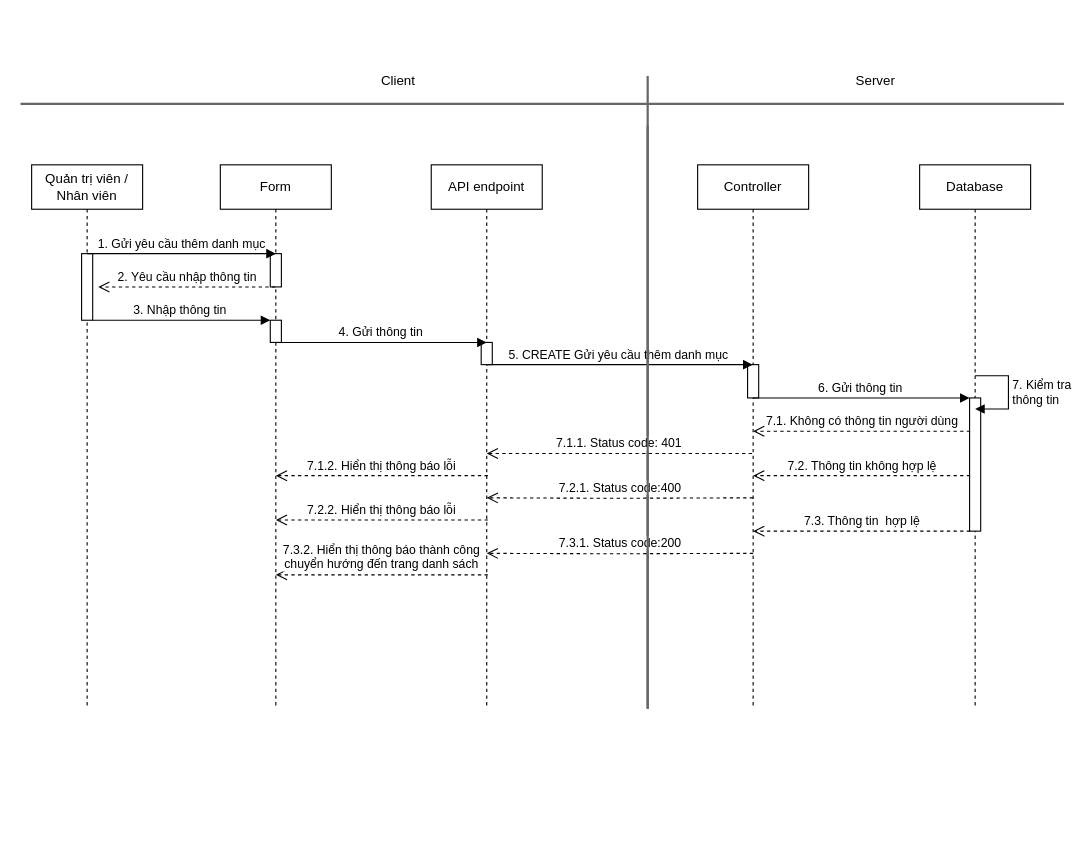
hieuNV0871/da keeps this draw.io diagram as page "Page-1" (1 of 4) of SD/SD_QUANLYDANHMUC.drawio. Above is the earlier version. Source tidied: cells renumbered, new cells numbered last; positions are measured from the earlier drawing's top-left corner, leaving out a move shared by most shapes. Both pictures are drawn from the tidied source at 111%, with x=0, y=0 at pixel (20, 64).
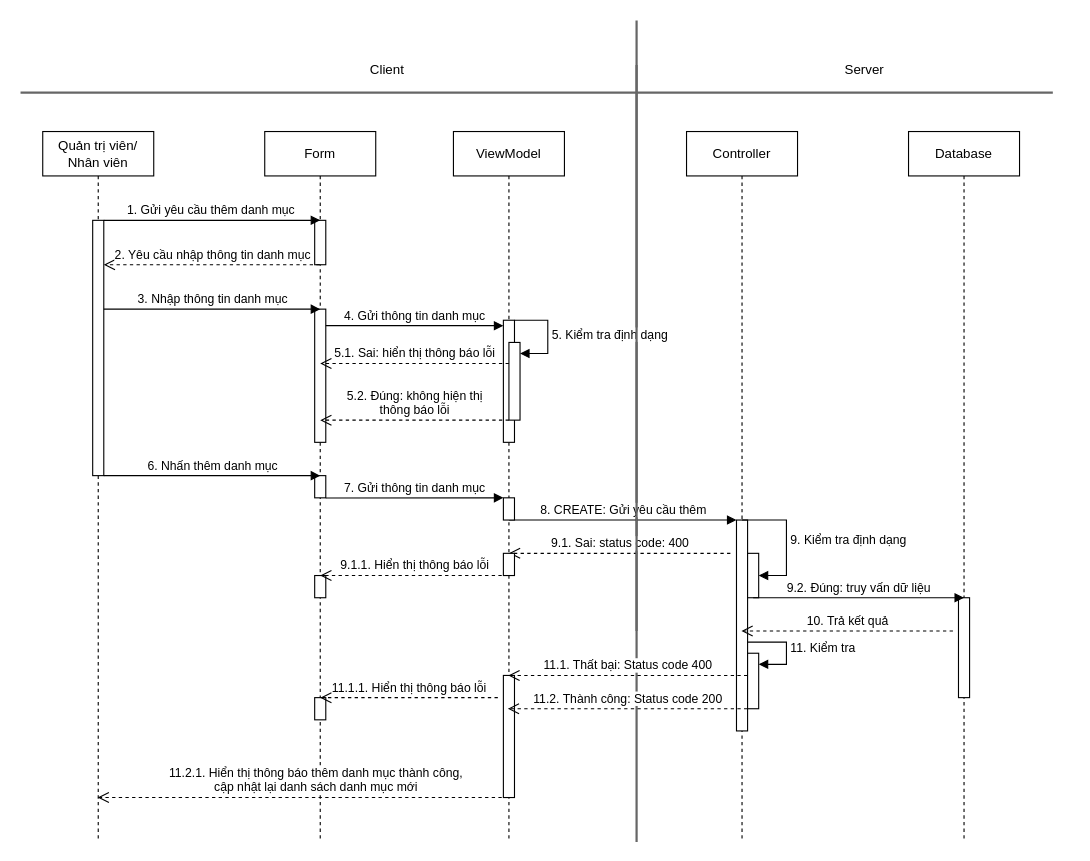
After the change.

Change to the diagram source:
```diff
@@
-    <mxCell id="2" value="Quản trị viên / Nhân viên" style="shape=umlLifeline;perimeter=lifelinePerimeter;whiteSpace=wrap;html=1;newEdgeStyle={&quot;curved&quot;:0,&quot;rounded&quot;:0};" parent="1" vertex="1">
-      <mxGeometry x="10" y="90" width="100" height="490" as="geometry" />
-    </mxCell>
-    <mxCell id="3" style="html=1;points=[[0,0,0,0,5],[0,1,0,0,-5],[1,0,0,0,5],[1,1,0,0,-5]];perimeter=orthogonalPerimeter;outlineConnect=0;targetShapes=umlLifeline;portConstraint=eastwest;newEdgeStyle={&quot;curved&quot;:0,&quot;rounded&quot;:0};" parent="2" vertex="1">
-      <mxGeometry x="45" y="80" width="10" height="60" as="geometry" />
-    </mxCell>
+    <mxCell id="34" style="line;strokeWidth=2;direction=south;html=1;fillColor=#f5f5f5;fontColor=#333333;strokeColor=#666666;" parent="1" vertex="1">
+      <mxGeometry x="550" y="-40" width="10" height="550" as="geometry" />
+    </mxCell>
+    <mxCell id="35" value="Quản trị viên/ Nhân viên" style="shape=umlLifeline;perimeter=lifelinePerimeter;whiteSpace=wrap;html=1;outlineConnect=0;portConstraint=eastwest;newEdgeStyle={&quot;curved&quot;:0,&quot;rounded&quot;:0};" parent="1" vertex="1">
+      <mxGeometry x="20" y="60" width="100" height="640" as="geometry" />
+    </mxCell>
+    <mxCell id="36" style="html=1;points=[[0,0,0,0,5],[0,1,0,0,-5],[1,0,0,0,5],[1,1,0,0,-5]];perimeter=orthogonalPerimeter;outlineConnect=0;targetShapes=umlLifeline;portConstraint=eastwest;newEdgeStyle={&quot;curved&quot;:0,&quot;rounded&quot;:0};" parent="35" vertex="1">
+      <mxGeometry x="45" y="80" width="10" height="230" as="geometry" />
+    </mxCell>
     <mxCell id="4" value="Form" style="shape=umlLifeline;perimeter=lifelinePerimeter;whiteSpace=wrap;html=1;outlineConnect=0;portConstraint=eastwest;newEdgeStyle={&quot;curved&quot;:0,&quot;rounded&quot;:0};" parent="1" vertex="1">
-      <mxGeometry x="180" y="90" width="100" height="490" as="geometry" />
+      <mxGeometry x="220" y="60" width="100" height="640" as="geometry" />
     </mxCell>
-    <mxCell id="5" style="html=1;perimeter=orthogonalPerimeter;targetShapes=umlLifeline;newEdgeStyle={&quot;curved&quot;:0,&quot;rounded&quot;:0};" parent="4" vertex="1">
-      <mxGeometry x="45" y="80" width="10" height="30" as="geometry" />
-    </mxCell>
-    <mxCell id="6" style="html=1;points=[[0,0,0,0,5],[0,1,0,0,-5],[1,0,0,0,5],[1,1,0,0,-5]];perimeter=orthogonalPerimeter;outlineConnect=0;targetShapes=umlLifeline;portConstraint=eastwest;newEdgeStyle={&quot;curved&quot;:0,&quot;rounded&quot;:0};" parent="4" vertex="1">
-      <mxGeometry x="45" y="140" width="10" height="20" as="geometry" />
-    </mxCell>
+    <mxCell id="37" style="html=1;perimeter=orthogonalPerimeter;targetShapes=umlLifeline;newEdgeStyle={&quot;curved&quot;:0,&quot;rounded&quot;:0};" parent="4" vertex="1">
+      <mxGeometry x="45" y="80" width="10" height="40" as="geometry" />
+    </mxCell>
+    <mxCell id="38" style="html=1;points=[[0,0,0,0,5],[0,1,0,0,-5],[1,0,0,0,5],[1,1,0,0,-5]];perimeter=orthogonalPerimeter;outlineConnect=0;targetShapes=umlLifeline;portConstraint=eastwest;newEdgeStyle={&quot;curved&quot;:0,&quot;rounded&quot;:0};" parent="4" vertex="1">
+      <mxGeometry x="45" y="160" width="10" height="120" as="geometry" />
+    </mxCell>
+    <mxCell id="39" style="html=1;perimeter=orthogonalPerimeter;targetShapes=umlLifeline;newEdgeStyle={&quot;curved&quot;:0,&quot;rounded&quot;:0};" parent="4" vertex="1">
+      <mxGeometry x="45" y="310" width="10" height="20" as="geometry" />
+    </mxCell>
+    <mxCell id="40" style="html=1;perimeter=orthogonalPerimeter;targetShapes=umlLifeline;newEdgeStyle={&quot;curved&quot;:0,&quot;rounded&quot;:0};" parent="4" vertex="1">
+      <mxGeometry x="45" y="400" width="10" height="20" as="geometry" />
+    </mxCell>
+    <mxCell id="41" style="html=1;perimeter=orthogonalPerimeter;targetShapes=umlLifeline;newEdgeStyle={&quot;curved&quot;:0,&quot;rounded&quot;:0};" parent="4" vertex="1">
+      <mxGeometry x="45" y="510" width="10" height="20" as="geometry" />
+    </mxCell>
     <mxCell id="7" value="Controller" style="shape=umlLifeline;perimeter=lifelinePerimeter;whiteSpace=wrap;html=1;outlineConnect=0;portConstraint=eastwest;newEdgeStyle={&quot;curved&quot;:0,&quot;rounded&quot;:0};" parent="1" vertex="1">
-      <mxGeometry x="610" y="90" width="100" height="490" as="geometry" />
+      <mxGeometry x="600" y="60" width="100" height="640" as="geometry" />
     </mxCell>
-    <mxCell id="8" style="html=1;perimeter=orthogonalPerimeter;targetShapes=umlLifeline;newEdgeStyle={&quot;curved&quot;:0,&quot;rounded&quot;:0};" parent="7" vertex="1">
-      <mxGeometry x="45" y="180" width="10" height="30" as="geometry" />
-    </mxCell>
-    <mxCell id="9" value="2. Yêu cầu nhập thông tin" style="html=1;verticalAlign=bottom;endArrow=open;dashed=1;endSize=8;curved=0;rounded=0;" parent="1" edge="1">
-      <mxGeometry relative="1" as="geometry">
-        <mxPoint x="229.5" y="200" as="sourcePoint" />
-        <mxPoint x="70" y="200" as="targetPoint" />
-        <Array as="points">
-          <mxPoint x="130" y="200" />
-        </Array>
-      </mxGeometry>
-    </mxCell>
-    <mxCell id="10" value="3. Nhập thông tin&amp;nbsp;" style="html=1;verticalAlign=bottom;endArrow=block;curved=0;rounded=0;" parent="1" edge="1" source="3" target="6">
-      <mxGeometry relative="1" as="geometry" />
-    </mxCell>
+    <mxCell id="42" style="html=1;points=[[0,0,0,0,5],[0,1,0,0,-5],[1,0,0,0,5],[1,1,0,0,-5]];perimeter=orthogonalPerimeter;outlineConnect=0;targetShapes=umlLifeline;portConstraint=eastwest;newEdgeStyle={&quot;curved&quot;:0,&quot;rounded&quot;:0};" parent="7" vertex="1">
+      <mxGeometry x="45" y="350" width="10" height="190" as="geometry" />
+    </mxCell>
+    <mxCell id="43" value="9. Kiểm tra định dạng" style="html=1;align=left;spacingLeft=2;endArrow=block;rounded=0;edgeStyle=orthogonalEdgeStyle;curved=0;rounded=0;exitX=0.5;exitY=0;exitDx=0;exitDy=0;exitPerimeter=0;" parent="7" edge="1" source="42" target="44">
+      <mxGeometry relative="1" as="geometry">
+        <Array as="points">
+          <mxPoint x="90" y="350" />
+          <mxPoint x="90" y="400" />
+        </Array>
+      </mxGeometry>
+    </mxCell>
+    <mxCell id="44" style="html=1;points=[[0,0,0,0,5],[0,1,0,0,-5],[1,0,0,0,5],[1,1,0,0,-5]];perimeter=orthogonalPerimeter;outlineConnect=0;targetShapes=umlLifeline;portConstraint=eastwest;newEdgeStyle={&quot;curved&quot;:0,&quot;rounded&quot;:0};" parent="7" vertex="1">
+      <mxGeometry x="55" y="380" width="10" height="40" as="geometry" />
+    </mxCell>
+    <mxCell id="45" style="html=1;points=[[0,0,0,0,5],[0,1,0,0,-5],[1,0,0,0,5],[1,1,0,0,-5]];perimeter=orthogonalPerimeter;outlineConnect=0;targetShapes=umlLifeline;portConstraint=eastwest;newEdgeStyle={&quot;curved&quot;:0,&quot;rounded&quot;:0};" parent="7" vertex="1">
+      <mxGeometry x="55" y="470" width="10" height="50" as="geometry" />
+    </mxCell>
+    <mxCell id="46" value="11. Kiểm tra" style="html=1;align=left;spacingLeft=2;endArrow=block;rounded=0;edgeStyle=orthogonalEdgeStyle;curved=0;rounded=0;" parent="7" edge="1" target="45">
+      <mxGeometry relative="1" as="geometry">
+        <mxPoint x="55" y="460" as="sourcePoint" />
+        <Array as="points">
+          <mxPoint x="90" y="460" />
+          <mxPoint x="90" y="480" />
+        </Array>
+      </mxGeometry>
+    </mxCell>
+    <mxCell id="47" value="2. Yêu cầu nhập thông tin danh mục" style="html=1;verticalAlign=bottom;endArrow=open;dashed=1;endSize=8;curved=0;rounded=0;" parent="1" edge="1" source="4" target="36">
+      <mxGeometry relative="1" as="geometry">
+        <Array as="points">
+          <mxPoint x="150" y="180" />
+        </Array>
+      </mxGeometry>
+    </mxCell>
+    <mxCell id="48" value="3. Nhập thông tin danh mục" style="html=1;verticalAlign=bottom;endArrow=block;curved=0;rounded=0;" parent="1" edge="1" source="36">
+      <mxGeometry relative="1" as="geometry">
+        <mxPoint x="270" y="220" as="targetPoint" />
+      </mxGeometry>
+    </mxCell>
-    <mxCell id="11" value="1. Gửi yêu cầu thêm danh mục" style="html=1;verticalAlign=bottom;endArrow=block;curved=0;rounded=0;" parent="1" edge="1">
+    <mxCell id="11" value="1. Gửi yêu cầu thêm danh mục&amp;nbsp;" style="html=1;verticalAlign=bottom;endArrow=block;curved=0;rounded=0;" parent="1" edge="1">
       <mxGeometry relative="1" as="geometry">
-        <mxPoint x="60" y="170" as="sourcePoint" />
-        <mxPoint x="230" y="170" as="targetPoint" />
+        <mxPoint x="75" y="140" as="sourcePoint" />
+        <mxPoint x="270" y="140" as="targetPoint" />
       </mxGeometry>
     </mxCell>
-    <mxCell id="12" value="5. CREATE Gửi yêu cầu thêm danh mục&amp;nbsp;" style="html=1;verticalAlign=bottom;endArrow=block;curved=0;rounded=0;" parent="1" edge="1" target="7">
-      <mxGeometry relative="1" as="geometry">
-        <mxPoint x="420" y="270" as="sourcePoint" />
-      </mxGeometry>
-    </mxCell>
+    <mxCell id="49" value="8. CREATE: Gửi yêu cầu thêm" style="html=1;verticalAlign=bottom;endArrow=block;curved=0;rounded=0;" parent="1" edge="1">
+      <mxGeometry relative="1" as="geometry">
+        <mxPoint x="440" y="410" as="sourcePoint" />
+        <mxPoint x="645" y="410" as="targetPoint" />
+      </mxGeometry>
+    </mxCell>
+    <mxCell id="50" value="9.1. Sai: status code: 400" style="html=1;verticalAlign=bottom;endArrow=open;dashed=1;endSize=8;curved=0;rounded=0;" parent="1" edge="1">
+      <mxGeometry relative="1" as="geometry">
+        <mxPoint x="639.5" y="440" as="sourcePoint" />
+        <mxPoint x="440" y="440" as="targetPoint" />
+        <Array as="points">
+          <mxPoint x="515" y="440" />
+        </Array>
+      </mxGeometry>
+    </mxCell>
     <mxCell id="13" value="Database" style="shape=umlLifeline;perimeter=lifelinePerimeter;whiteSpace=wrap;html=1;newEdgeStyle={&quot;curved&quot;:0,&quot;rounded&quot;:0};" parent="1" vertex="1">
-      <mxGeometry x="810" y="90" width="100" height="490" as="geometry" />
+      <mxGeometry x="800" y="60" width="100" height="640" as="geometry" />
     </mxCell>
-    <mxCell id="14" style="html=1;points=[[0,0,0,0,5],[0,1,0,0,-5],[1,0,0,0,5],[1,1,0,0,-5]];perimeter=orthogonalPerimeter;outlineConnect=0;targetShapes=umlLifeline;portConstraint=eastwest;newEdgeStyle={&quot;curved&quot;:0,&quot;rounded&quot;:0};" parent="13" vertex="1">
-      <mxGeometry x="45" y="210" width="10" height="120" as="geometry" />
-    </mxCell>
-    <mxCell id="15" style="line;strokeWidth=2;html=1;fillColor=#f5f5f5;fontColor=#333333;strokeColor=#666666;" parent="1" vertex="1">
-      <mxGeometry y="30" width="940" height="10" as="geometry" />
-    </mxCell>
+    <mxCell id="51" style="html=1;perimeter=orthogonalPerimeter;targetShapes=umlLifeline;newEdgeStyle={&quot;curved&quot;:0,&quot;rounded&quot;:0};" parent="13" vertex="1">
+      <mxGeometry x="45" y="420" width="10" height="90" as="geometry" />
+    </mxCell>
+    <mxCell id="52" style="line;strokeWidth=2;html=1;fillColor=#f5f5f5;fontColor=#333333;strokeColor=#666666;" parent="1" vertex="1">
+      <mxGeometry y="20" width="930" height="10" as="geometry" />
+    </mxCell>
     <mxCell id="16" value="Server" style="text;html=1;align=center;verticalAlign=middle;strokeColor=none;fillColor=none;" parent="1" vertex="1">
-      <mxGeometry x="740" width="60" height="30" as="geometry" />
+      <mxGeometry x="730" y="-10" width="60" height="30" as="geometry" />
     </mxCell>
     <mxCell id="17" value="Client" style="text;html=1;align=center;verticalAlign=middle;strokeColor=none;fillColor=none;" parent="1" vertex="1">
-      <mxGeometry x="315" width="50" height="30" as="geometry" />
+      <mxGeometry x="305" y="-10" width="50" height="30" as="geometry" />
     </mxCell>
-    <mxCell id="18" style="line;strokeWidth=2;direction=south;html=1;fillColor=#f5f5f5;fontColor=#333333;strokeColor=#666666;" parent="1" vertex="1">
-      <mxGeometry x="560" y="10" width="10" height="570" as="geometry" />
-    </mxCell>
-    <mxCell id="19" value="API endpoint" style="shape=umlLifeline;perimeter=lifelinePerimeter;whiteSpace=wrap;html=1;newEdgeStyle={&quot;curved&quot;:0,&quot;rounded&quot;:0};" parent="1" vertex="1">
-      <mxGeometry x="370" y="90" width="100" height="490" as="geometry" />
-    </mxCell>
-    <mxCell id="20" style="html=1;perimeter=orthogonalPerimeter;targetShapes=umlLifeline;newEdgeStyle={&quot;curved&quot;:0,&quot;rounded&quot;:0};" parent="19" vertex="1">
-      <mxGeometry x="45" y="160" width="10" height="20" as="geometry" />
-    </mxCell>
-    <mxCell id="21" value="4. Gửi thông tin&amp;nbsp;" style="html=1;verticalAlign=bottom;endArrow=block;curved=0;rounded=0;" parent="1" edge="1">
-      <mxGeometry relative="1" as="geometry">
-        <mxPoint x="230.5" y="250" as="sourcePoint" />
-        <mxPoint x="420" y="250" as="targetPoint" />
-      </mxGeometry>
-    </mxCell>
-    <mxCell id="22" value="7. Kiểm tra&lt;br&gt;thông tin" style="html=1;align=left;spacingLeft=2;endArrow=block;rounded=0;edgeStyle=orthogonalEdgeStyle;curved=0;rounded=0;" parent="1" edge="1">
-      <mxGeometry relative="1" as="geometry">
-        <mxPoint x="860" y="280" as="sourcePoint" />
-        <mxPoint x="860" y="310" as="targetPoint" />
-        <Array as="points">
-          <mxPoint x="890" y="310" />
-        </Array>
-      </mxGeometry>
-    </mxCell>
-    <mxCell id="23" value="6. Gửi thông tin&amp;nbsp;" style="html=1;verticalAlign=bottom;endArrow=block;curved=0;rounded=0;" parent="1" edge="1" target="14">
-      <mxGeometry relative="1" as="geometry">
-        <mxPoint x="660" y="300" as="sourcePoint" />
-      </mxGeometry>
-    </mxCell>
-    <mxCell id="24" value="7.1. Không có thông tin người dùng" style="html=1;verticalAlign=bottom;endArrow=open;dashed=1;endSize=8;curved=0;rounded=0;" parent="1" edge="1">
-      <mxGeometry relative="1" as="geometry">
-        <mxPoint x="855.5" y="330" as="sourcePoint" />
-        <mxPoint x="660" y="330" as="targetPoint" />
-        <Array as="points">
-          <mxPoint x="695.5" y="330" />
-        </Array>
-      </mxGeometry>
-    </mxCell>
-    <mxCell id="25" value="7.2. Thông tin không hợp lệ" style="html=1;verticalAlign=bottom;endArrow=open;dashed=1;endSize=8;curved=0;rounded=0;" parent="1" edge="1">
-      <mxGeometry relative="1" as="geometry">
-        <mxPoint x="855.5" y="370" as="sourcePoint" />
-        <mxPoint x="660" y="370" as="targetPoint" />
-      </mxGeometry>
-    </mxCell>
-    <mxCell id="26" value="7.1.1. Status code: 401" style="html=1;verticalAlign=bottom;endArrow=open;dashed=1;endSize=8;curved=0;rounded=0;" parent="1" edge="1">
-      <mxGeometry relative="1" as="geometry">
-        <mxPoint x="659" y="350" as="sourcePoint" />
-        <mxPoint x="420" y="350" as="targetPoint" />
-        <Array as="points">
-          <mxPoint x="520.5" y="350" />
-        </Array>
-      </mxGeometry>
-    </mxCell>
-    <mxCell id="27" value="7.2.1. Status code:400" style="html=1;verticalAlign=bottom;endArrow=open;dashed=1;endSize=8;curved=0;rounded=0;" parent="1" edge="1">
-      <mxGeometry relative="1" as="geometry">
-        <mxPoint x="660" y="390" as="sourcePoint" />
-        <mxPoint x="420" y="390" as="targetPoint" />
-        <Array as="points">
-          <mxPoint x="530.5" y="390.4" />
-        </Array>
-      </mxGeometry>
-    </mxCell>
-    <mxCell id="28" value="7.1.2. Hiển thị thông báo lỗi" style="html=1;verticalAlign=bottom;endArrow=open;dashed=1;endSize=8;curved=0;rounded=0;" parent="1" edge="1">
-      <mxGeometry relative="1" as="geometry">
-        <mxPoint x="421" y="370" as="sourcePoint" />
-        <mxPoint x="230" y="370" as="targetPoint" />
-      </mxGeometry>
-    </mxCell>
-    <mxCell id="29" value="7.3. Thông tin&amp;nbsp; hợp lệ" style="html=1;verticalAlign=bottom;endArrow=open;dashed=1;endSize=8;curved=0;rounded=0;" parent="1" edge="1">
-      <mxGeometry relative="1" as="geometry">
-        <mxPoint x="855.5" y="420" as="sourcePoint" />
-        <mxPoint x="660" y="420" as="targetPoint" />
-      </mxGeometry>
-    </mxCell>
-    <mxCell id="30" value="7.3.1. Status code:200" style="html=1;verticalAlign=bottom;endArrow=open;dashed=1;endSize=8;curved=0;rounded=0;" parent="1" edge="1">
-      <mxGeometry relative="1" as="geometry">
-        <mxPoint x="660" y="440" as="sourcePoint" />
-        <mxPoint x="420" y="440" as="targetPoint" />
-        <Array as="points">
-          <mxPoint x="530.5" y="440.4" />
-        </Array>
-      </mxGeometry>
-    </mxCell>
-    <mxCell id="31" style="line;strokeWidth=2;direction=south;html=1;fillColor=#f5f5f5;fontColor=#333333;strokeColor=#666666;" parent="1" vertex="1">
-      <mxGeometry x="560" y="55" width="10" height="525" as="geometry" />
-    </mxCell>
-    <mxCell id="32" value="7.2.2. Hiển thị thông báo lỗi" style="html=1;verticalAlign=bottom;endArrow=open;dashed=1;endSize=8;curved=0;rounded=0;" parent="1" edge="1">
-      <mxGeometry relative="1" as="geometry">
-        <mxPoint x="421" y="410" as="sourcePoint" />
-        <mxPoint x="230" y="410" as="targetPoint" />
-      </mxGeometry>
-    </mxCell>
-    <mxCell id="33" value="7.3.2. Hiển thị thông báo thành công&lt;br&gt;chuyển hướng đến trang danh sách" style="html=1;verticalAlign=bottom;endArrow=open;dashed=1;endSize=8;curved=0;rounded=0;" parent="1" edge="1">
-      <mxGeometry relative="1" as="geometry">
-        <mxPoint x="421" y="459.4" as="sourcePoint" />
-        <mxPoint x="230" y="459.4" as="targetPoint" />
-      </mxGeometry>
-    </mxCell>
+    <mxCell id="53" value="ViewModel" style="shape=umlLifeline;perimeter=lifelinePerimeter;whiteSpace=wrap;html=1;outlineConnect=0;portConstraint=eastwest;newEdgeStyle={&quot;curved&quot;:0,&quot;rounded&quot;:0};" parent="1" vertex="1">
+      <mxGeometry x="390" y="60" width="100" height="640" as="geometry" />
+    </mxCell>
+    <mxCell id="54" style="html=1;perimeter=orthogonalPerimeter;targetShapes=umlLifeline;newEdgeStyle={&quot;curved&quot;:0,&quot;rounded&quot;:0};" parent="53" vertex="1">
+      <mxGeometry x="45" y="170" width="10" height="110" as="geometry" />
+    </mxCell>
+    <mxCell id="55" value="5. Kiểm tra định dạng" style="html=1;align=left;spacingLeft=2;endArrow=block;rounded=0;edgeStyle=orthogonalEdgeStyle;curved=0;rounded=0;" parent="53" edge="1" target="56">
+      <mxGeometry relative="1" as="geometry">
+        <mxPoint x="55" y="170" as="sourcePoint" />
+        <Array as="points">
+          <mxPoint x="85" y="200" />
+        </Array>
+      </mxGeometry>
+    </mxCell>
+    <mxCell id="56" style="html=1;points=[[0,0,0,0,5],[0,1,0,0,-5],[1,0,0,0,5],[1,1,0,0,-5]];perimeter=orthogonalPerimeter;outlineConnect=0;targetShapes=umlLifeline;portConstraint=eastwest;newEdgeStyle={&quot;curved&quot;:0,&quot;rounded&quot;:0};" parent="53" vertex="1">
+      <mxGeometry x="50" y="190" width="10" height="70" as="geometry" />
+    </mxCell>
+    <mxCell id="57" style="html=1;perimeter=orthogonalPerimeter;targetShapes=umlLifeline;newEdgeStyle={&quot;curved&quot;:0,&quot;rounded&quot;:0};" parent="53" vertex="1">
+      <mxGeometry x="45" y="330" width="10" height="20" as="geometry" />
+    </mxCell>
+    <mxCell id="58" style="html=1;perimeter=orthogonalPerimeter;targetShapes=umlLifeline;newEdgeStyle={&quot;curved&quot;:0,&quot;rounded&quot;:0};" parent="53" vertex="1">
+      <mxGeometry x="45" y="380" width="10" height="20" as="geometry" />
+    </mxCell>
+    <mxCell id="59" style="html=1;perimeter=orthogonalPerimeter;targetShapes=umlLifeline;newEdgeStyle={&quot;curved&quot;:0,&quot;rounded&quot;:0};" parent="53" vertex="1">
+      <mxGeometry x="45" y="490" width="10" height="110" as="geometry" />
+    </mxCell>
+    <mxCell id="60" value="4. Gửi thông tin danh mục" style="html=1;verticalAlign=bottom;endArrow=block;curved=0;rounded=0;" parent="1" edge="1" source="38">
+      <mxGeometry relative="1" as="geometry">
+        <mxPoint x="435" y="234.9" as="targetPoint" />
+      </mxGeometry>
+    </mxCell>
+    <mxCell id="61" style="line;strokeWidth=2;direction=south;html=1;fillColor=#f5f5f5;fontColor=#333333;strokeColor=#666666;" parent="1" vertex="1">
+      <mxGeometry x="550" width="10" height="700" as="geometry" />
+    </mxCell>
+    <mxCell id="62" value="11.2.1. Hiển thị thông báo thêm danh mục thành công,&lt;br&gt;cập nhật lại danh sách danh mục mới" style="html=1;verticalAlign=bottom;endArrow=open;dashed=1;endSize=8;curved=0;rounded=0;" parent="1" edge="1" source="53" target="35">
+      <mxGeometry x="-0.06" relative="1" as="geometry">
+        <Array as="points">
+          <mxPoint x="297.5" y="660" />
+        </Array>
+      </mxGeometry>
+    </mxCell>
+    <mxCell id="63" value="5.1. Sai: hiển thị thông báo lỗi" style="html=1;verticalAlign=bottom;endArrow=open;dashed=1;endSize=8;curved=0;rounded=0;" parent="1" edge="1" source="56">
+      <mxGeometry relative="1" as="geometry">
+        <mxPoint x="270" y="269" as="targetPoint" />
+      </mxGeometry>
+    </mxCell>
+    <mxCell id="64" value="5.2. Đúng: không hiện thị &lt;br&gt;thông báo lỗi" style="html=1;verticalAlign=bottom;endArrow=open;dashed=1;endSize=8;curved=0;rounded=0;" parent="1" edge="1">
+      <mxGeometry relative="1" as="geometry">
+        <mxPoint x="440" y="320" as="sourcePoint" />
+        <mxPoint x="270" y="320" as="targetPoint" />
+      </mxGeometry>
+    </mxCell>
+    <mxCell id="65" value="6. Nhấn thêm danh mục" style="html=1;verticalAlign=bottom;endArrow=block;curved=0;rounded=0;" parent="1" edge="1">
+      <mxGeometry relative="1" as="geometry">
+        <mxPoint x="75" y="370" as="sourcePoint" />
+        <mxPoint x="270" y="370" as="targetPoint" />
+      </mxGeometry>
+    </mxCell>
+    <mxCell id="66" value="7. Gửi thông tin danh mục" style="html=1;verticalAlign=bottom;endArrow=block;curved=0;rounded=0;" parent="1" edge="1">
+      <mxGeometry relative="1" as="geometry">
+        <mxPoint x="275" y="390.1" as="sourcePoint" />
+        <mxPoint x="435" y="390" as="targetPoint" />
+      </mxGeometry>
+    </mxCell>
+    <mxCell id="67" value="9.1.1. Hiển thị thông báo lỗi" style="html=1;verticalAlign=bottom;endArrow=open;dashed=1;endSize=8;curved=0;rounded=0;" parent="1" edge="1">
+      <mxGeometry relative="1" as="geometry">
+        <mxPoint x="439.5" y="460" as="sourcePoint" />
+        <mxPoint x="270" y="460" as="targetPoint" />
+        <Array as="points">
+          <mxPoint x="315" y="460" />
+        </Array>
+      </mxGeometry>
+    </mxCell>
+    <mxCell id="68" value="9.2. Đúng: truy vấn dữ liệu" style="html=1;verticalAlign=bottom;endArrow=block;curved=0;rounded=0;" parent="1" edge="1">
+      <mxGeometry relative="1" as="geometry">
+        <mxPoint x="660" y="480" as="sourcePoint" />
+        <mxPoint x="850" y="480" as="targetPoint" />
+      </mxGeometry>
+    </mxCell>
+    <mxCell id="69" value="10. Trả kết quả" style="html=1;verticalAlign=bottom;endArrow=open;dashed=1;endSize=8;curved=0;rounded=0;" parent="1" edge="1" target="7">
+      <mxGeometry relative="1" as="geometry">
+        <mxPoint x="840" y="510" as="sourcePoint" />
+      </mxGeometry>
+    </mxCell>
+    <mxCell id="70" value="11.1. Thất bại: Status code 400" style="html=1;verticalAlign=bottom;endArrow=open;dashed=1;endSize=8;curved=0;rounded=0;" parent="1" edge="1" target="53">
+      <mxGeometry relative="1" as="geometry">
+        <mxPoint x="654.8" y="550" as="sourcePoint" />
+      </mxGeometry>
+    </mxCell>
+    <mxCell id="71" value="11.2. Thành công: Status code 200" style="html=1;verticalAlign=bottom;endArrow=open;dashed=1;endSize=8;curved=0;rounded=0;" parent="1" edge="1">
+      <mxGeometry relative="1" as="geometry">
+        <mxPoint x="654.8" y="580" as="sourcePoint" />
+        <mxPoint x="439" y="580" as="targetPoint" />
+      </mxGeometry>
+    </mxCell>
+    <mxCell id="72" value="11.1.1. Hiển thị thông báo lỗi" style="html=1;verticalAlign=bottom;endArrow=open;dashed=1;endSize=8;curved=0;rounded=0;" parent="1" edge="1">
+      <mxGeometry relative="1" as="geometry">
+        <mxPoint x="430" y="570" as="sourcePoint" />
+        <mxPoint x="270" y="570" as="targetPoint" />
+        <Array as="points">
+          <mxPoint x="305" y="570" />
+        </Array>
+      </mxGeometry>
+    </mxCell>
```
